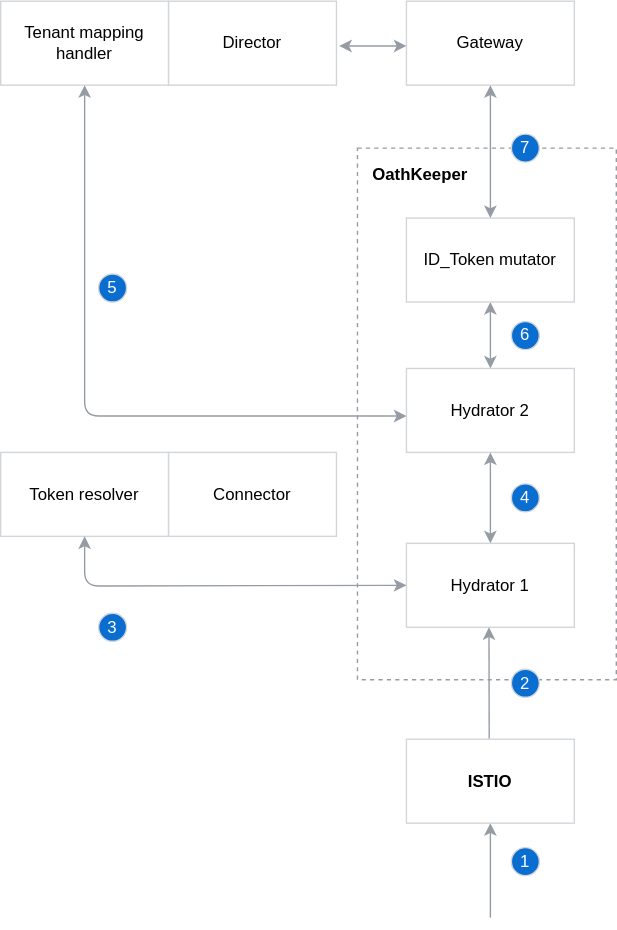
Above: docs/compass/assets/token-security-diagram-director.svg in kyma-incubator/compass (draw.io), before the change. Source tidied: cells renumbered, new cells last; positions are measured from the earlier drawing's top-left corner, leaving out a move shared by most shapes.
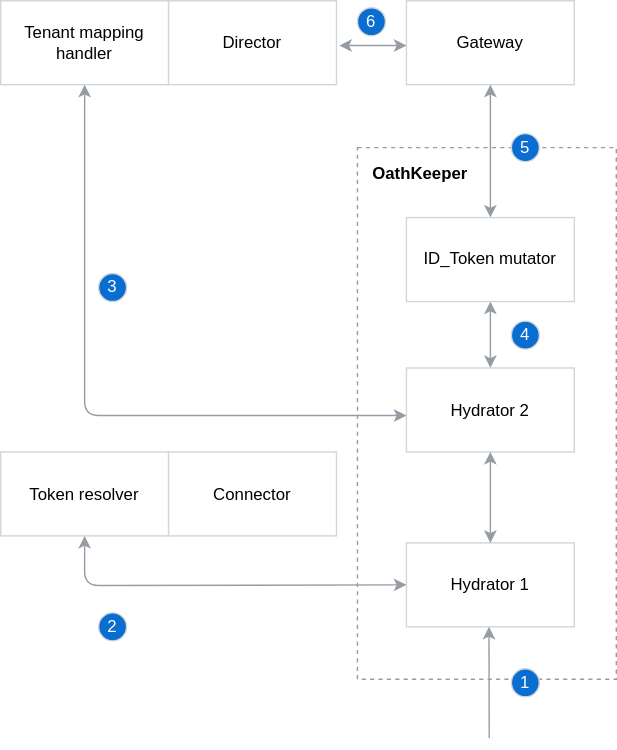
Above is the later version.

Commit message:
Apply review suggestions

The edit, as a diff of the source:
```diff
@@ -11,12 +11,9 @@
     <mxCell id="4" value="Tenant mapping&lt;br&gt;handler" style="rounded=0;whiteSpace=wrap;html=1;fillColor=#FFFFFF;strokeColor=#D2D5D9;" parent="1" vertex="1">
       <mxGeometry width="120" height="60" as="geometry" />
     </mxCell>
-    <mxCell id="5" value="&lt;font color=&quot;#ffffff&quot;&gt;5&lt;br&gt;&lt;/font&gt;" style="ellipse;whiteSpace=wrap;html=1;strokeColor=#D2D5D9;fillColor=#0A6ED1;" parent="1" vertex="1">
+    <mxCell id="5" value="&lt;font color=&quot;#ffffff&quot;&gt;3&lt;br&gt;&lt;/font&gt;" style="ellipse;whiteSpace=wrap;html=1;strokeColor=#D2D5D9;fillColor=#0A6ED1;" parent="1" vertex="1">
       <mxGeometry x="70" y="195" width="20" height="20" as="geometry" />
     </mxCell>
-    <mxCell id="6" value="&lt;font color=&quot;#ffffff&quot;&gt;4&lt;br&gt;&lt;/font&gt;" style="ellipse;whiteSpace=wrap;html=1;strokeColor=#D2D5D9;fillColor=#0A6ED1;" parent="1" vertex="1">
-      <mxGeometry x="365" y="345" width="20" height="20" as="geometry" />
-    </mxCell>
     <mxCell id="7" style="endArrow=classic;startArrow=classic;html=1;exitX=0.5;exitY=0;exitDx=0;exitDy=0;strokeColor=#959CA4;entryX=0.5;entryY=1;entryDx=0;entryDy=0;" parent="1" edge="1" source="20" target="15">
       <mxGeometry relative="1" as="geometry" />
     </mxCell>
@@ -29,21 +26,12 @@
         <mxPoint x="242" y="32" as="targetPoint" />
       </mxGeometry>
     </mxCell>
-    <mxCell id="10" value="&lt;font color=&quot;#ffffff&quot;&gt;7&lt;br&gt;&lt;/font&gt;" style="ellipse;whiteSpace=wrap;html=1;strokeColor=#D2D5D9;fillColor=#0A6ED1;" parent="1" vertex="1">
+    <mxCell id="10" value="&lt;font color=&quot;#ffffff&quot;&gt;5&lt;br&gt;&lt;/font&gt;" style="ellipse;whiteSpace=wrap;html=1;strokeColor=#D2D5D9;fillColor=#0A6ED1;" parent="1" vertex="1">
       <mxGeometry x="365" y="95" width="20" height="20" as="geometry" />
     </mxCell>
     <mxCell id="11" value="&lt;b&gt;OathKeeper&lt;/b&gt;" style="text;html=1;" parent="1" vertex="1">
       <mxGeometry x="264" y="110" width="70" height="30" as="geometry" />
     </mxCell>
-    <mxCell id="12" value="&lt;font color=&quot;#ffffff&quot;&gt;1&lt;br&gt;&lt;/font&gt;" style="ellipse;whiteSpace=wrap;html=1;strokeColor=#D2D5D9;fillColor=#0A6ED1;" parent="1" vertex="1">
-      <mxGeometry x="365" y="605" width="20" height="20" as="geometry" />
-    </mxCell>
-    <mxCell id="13" style="endArrow=classic;startArrow=none;html=1;entryX=0.5;entryY=1;entryDx=0;entryDy=0;strokeColor=#959CA4;startFill=0;" parent="1" edge="1">
-      <mxGeometry relative="1" as="geometry">
-        <mxPoint x="350" y="655" as="sourcePoint" />
-        <mxPoint x="350" y="587.5" as="targetPoint" />
-      </mxGeometry>
-    </mxCell>
     <mxCell id="14" style="group;" parent="1" vertex="1">
       <mxGeometry x="290" y="155" width="120" height="60" as="geometry" />
     </mxCell>
@@ -76,10 +64,10 @@
     <mxCell id="22" style="endArrow=classic;startArrow=classic;html=1;entryX=0.5;entryY=1;entryDx=0;entryDy=0;exitX=0.5;exitY=0;exitDx=0;exitDy=0;strokeColor=#959CA4;" parent="19" edge="1" source="21" target="20">
       <mxGeometry relative="1" as="geometry" />
     </mxCell>
-    <mxCell id="23" value="&lt;font color=&quot;#ffffff&quot;&gt;2&lt;br&gt;&lt;/font&gt;" style="ellipse;whiteSpace=wrap;html=1;strokeColor=#D2D5D9;fillColor=#0A6ED1;" parent="19" vertex="1">
+    <mxCell id="23" value="&lt;font color=&quot;#ffffff&quot;&gt;1&lt;br&gt;&lt;/font&gt;" style="ellipse;whiteSpace=wrap;html=1;strokeColor=#D2D5D9;fillColor=#0A6ED1;" parent="19" vertex="1">
       <mxGeometry x="75" y="215" width="20" height="20" as="geometry" />
     </mxCell>
-    <mxCell id="24" value="&lt;font color=&quot;#ffffff&quot;&gt;3&lt;br&gt;&lt;/font&gt;" style="ellipse;whiteSpace=wrap;html=1;strokeColor=#D2D5D9;fillColor=#0A6ED1;" parent="17" vertex="1">
+    <mxCell id="24" value="&lt;font color=&quot;#ffffff&quot;&gt;2&lt;br&gt;&lt;/font&gt;" style="ellipse;whiteSpace=wrap;html=1;strokeColor=#D2D5D9;fillColor=#0A6ED1;" parent="17" vertex="1">
       <mxGeometry x="10" y="175" width="20" height="20" as="geometry" />
     </mxCell>
     <mxCell id="25" value="Token resolver" style="rounded=0;whiteSpace=wrap;html=1;fillColor=#FFFFFF;strokeColor=#D2D5D9;" parent="1" vertex="1">
@@ -96,19 +84,17 @@
         </Array>
       </mxGeometry>
     </mxCell>
-    <mxCell id="28" style="group;" parent="1" vertex="1">
-      <mxGeometry x="290" y="527.5" width="120" height="60" as="geometry" />
-    </mxCell>
-    <mxCell id="29" value="&lt;b&gt;ISTIO&lt;/b&gt;" style="rounded=0;whiteSpace=wrap;html=1;fillColor=#FFFFFF;strokeColor=#D2D5D9;" parent="28" vertex="1">
-      <mxGeometry width="120" height="60" as="geometry" />
-    </mxCell>
-    <mxCell id="30" style="endArrow=classic;startArrow=none;html=1;entryX=0.5;entryY=1;entryDx=0;entryDy=0;strokeColor=#959CA4;startFill=0;exitX=0.493;exitY=-0.01;exitDx=0;exitDy=0;exitPerimeter=0;" parent="1" edge="1" source="29">
+    <mxCell id="30" style="endArrow=classic;startArrow=none;html=1;entryX=0.5;entryY=1;entryDx=0;entryDy=0;strokeColor=#959CA4;startFill=0;exitX=0.493;exitY=-0.01;exitDx=0;exitDy=0;exitPerimeter=0;" parent="1" edge="1">
       <mxGeometry relative="1" as="geometry">
+        <mxPoint x="349.2" y="526.9" as="sourcePoint" />
         <mxPoint x="349" y="447.5" as="targetPoint" />
       </mxGeometry>
     </mxCell>
-    <mxCell id="31" value="&lt;font color=&quot;#ffffff&quot;&gt;6&lt;br&gt;&lt;/font&gt;" style="ellipse;whiteSpace=wrap;html=1;strokeColor=#D2D5D9;fillColor=#0A6ED1;" parent="1" vertex="1">
+    <mxCell id="31" value="&lt;font color=&quot;#ffffff&quot;&gt;4&lt;br&gt;&lt;/font&gt;" style="ellipse;whiteSpace=wrap;html=1;strokeColor=#D2D5D9;fillColor=#0A6ED1;" parent="1" vertex="1">
       <mxGeometry x="365" y="229" width="20" height="20" as="geometry" />
     </mxCell>
+    <mxCell id="32" value="&lt;font color=&quot;#ffffff&quot;&gt;6&lt;br&gt;&lt;/font&gt;" style="ellipse;whiteSpace=wrap;html=1;strokeColor=#D2D5D9;fillColor=#0A6ED1;" parent="1" vertex="1">
+      <mxGeometry x="255" y="5" width="20" height="20" as="geometry" />
+    </mxCell>
   </root>
 </mxGraphModel>
```
